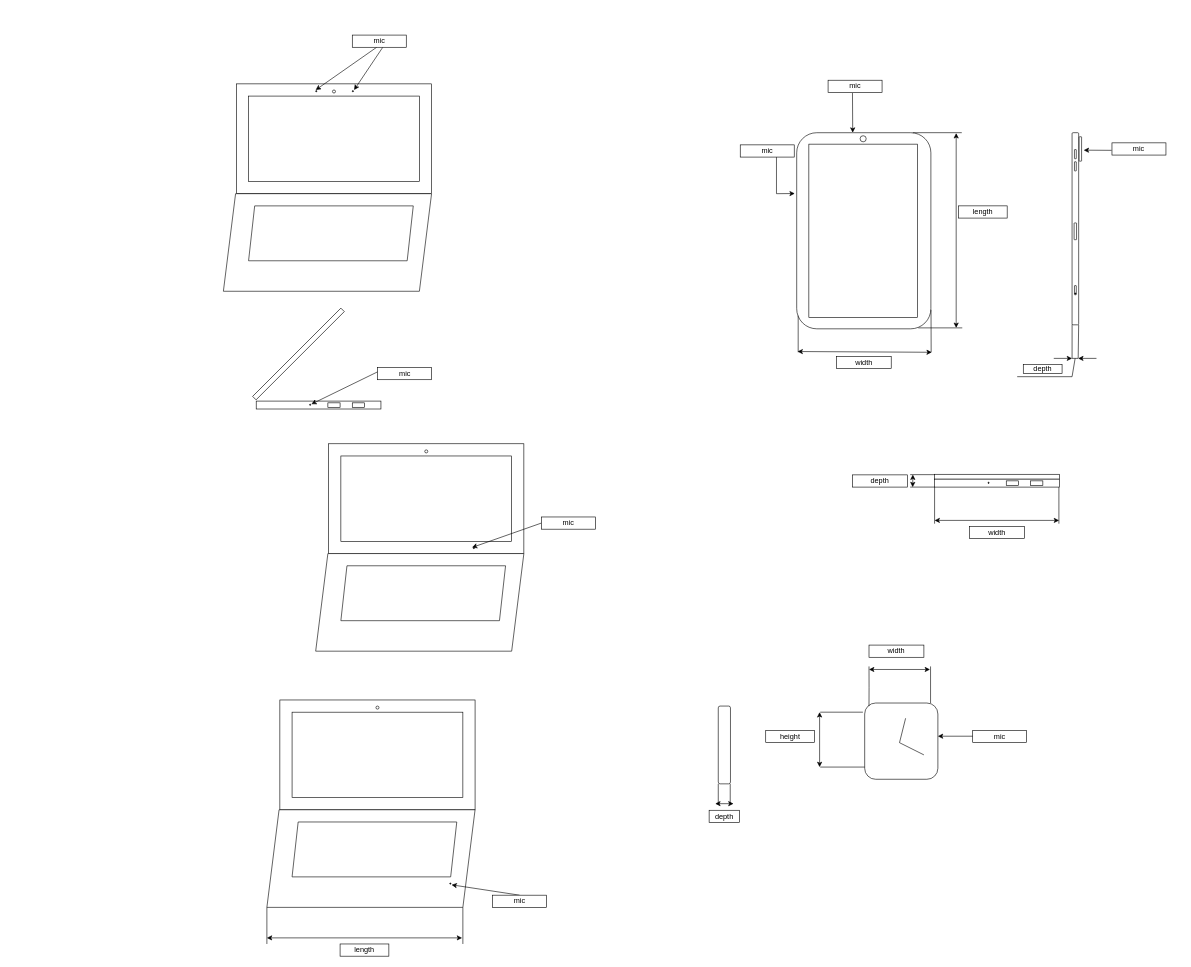
Above: 未命名绘图.drawio in furuterikka/lyra (draw.io), before the change. Source tidied: cells renumbered, new cells numbered last; positions are measured from the earlier drawing's top-left corner, leaving out a move shared by most shapes. Both pictures are drawn from the tidied source at 61%, with x=0, y=0 at pixel (10, 10).
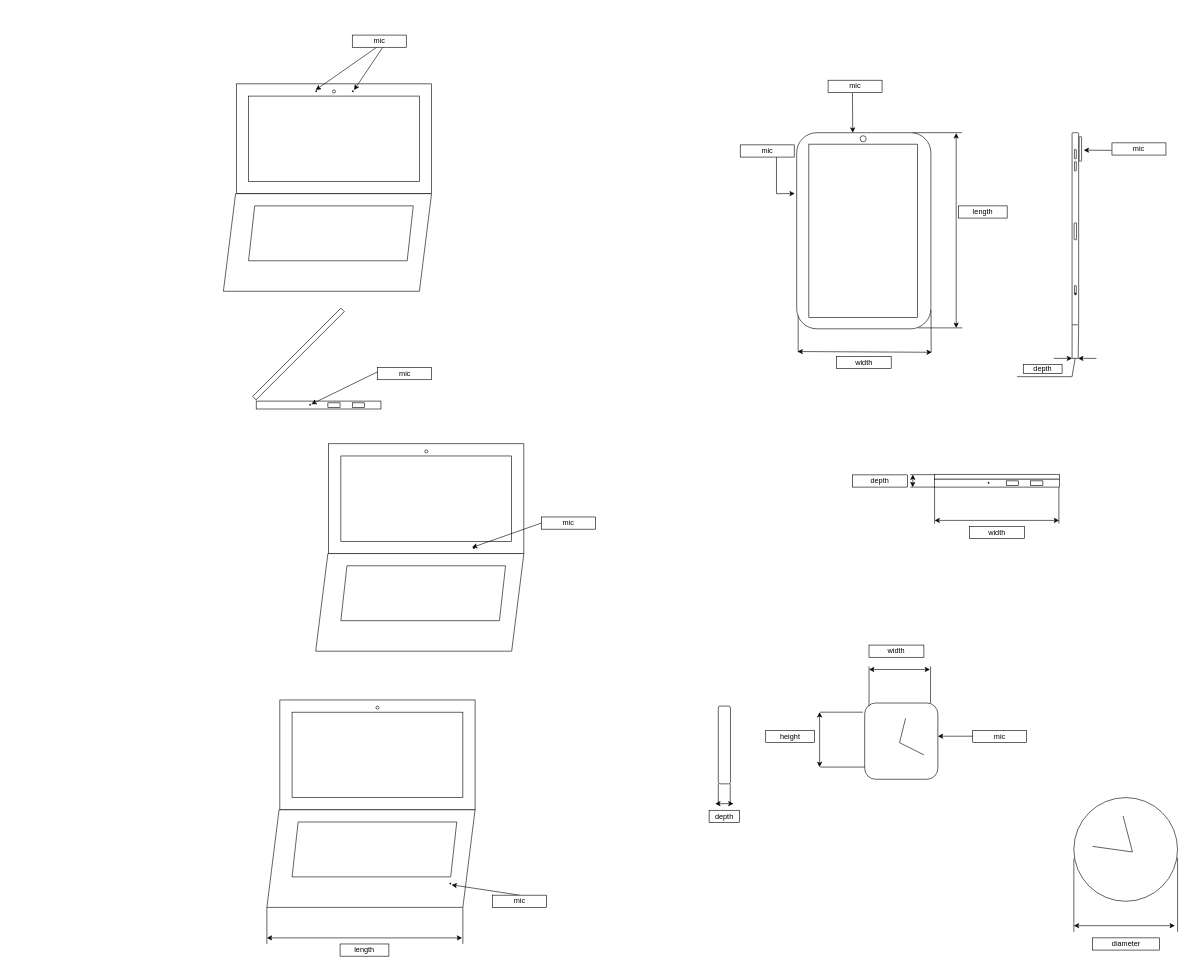
The same diagram, later.

Commit message:
更新未命名绘图.drawio

Change to the diagram source:
```diff
@@
+    <mxCell id="101" style="ellipse;whiteSpace=wrap;html=1;" parent="1" vertex="1">
+      <mxGeometry x="1742.9" y="1290" width="170" height="170" as="geometry" />
+    </mxCell>
+    <mxCell id="102" style="endArrow=none;html=1;rounded=0;" parent="1" edge="1">
+      <mxGeometry relative="1" as="geometry">
+        <mxPoint x="1773.6" y="1370" as="sourcePoint" />
+        <mxPoint x="1823.6" y="1320" as="targetPoint" />
+        <Array as="points">
+          <mxPoint x="1839" y="1379.2" />
+        </Array>
+      </mxGeometry>
+    </mxCell>
+    <mxCell id="103" style="endArrow=none;html=1;rounded=0;" parent="1" edge="1">
+      <mxGeometry relative="1" as="geometry">
+        <mxPoint x="1742.9" y="1510" as="sourcePoint" />
+        <mxPoint x="1742.9" y="1390" as="targetPoint" />
+      </mxGeometry>
+    </mxCell>
+    <mxCell id="104" style="endArrow=none;html=1;rounded=0;" parent="1" edge="1">
+      <mxGeometry relative="1" as="geometry">
+        <mxPoint x="1913" y="1510" as="sourcePoint" />
+        <mxPoint x="1912.9" y="1388.5" as="targetPoint" />
+      </mxGeometry>
+    </mxCell>
+    <mxCell id="105" style="endArrow=classic;startArrow=classic;html=1;rounded=0;" parent="1" edge="1">
+      <mxGeometry relative="1" as="geometry">
+        <mxPoint x="1742.9" y="1500" as="sourcePoint" />
+        <mxPoint x="1908.5" y="1500" as="targetPoint" />
+      </mxGeometry>
+    </mxCell>
+    <mxCell id="106" value="diameter" style="rounded=0;whiteSpace=wrap;html=1;" parent="1" vertex="1">
+      <mxGeometry x="1773.6" y="1520" width="110" height="20" as="geometry" />
+    </mxCell>
```
